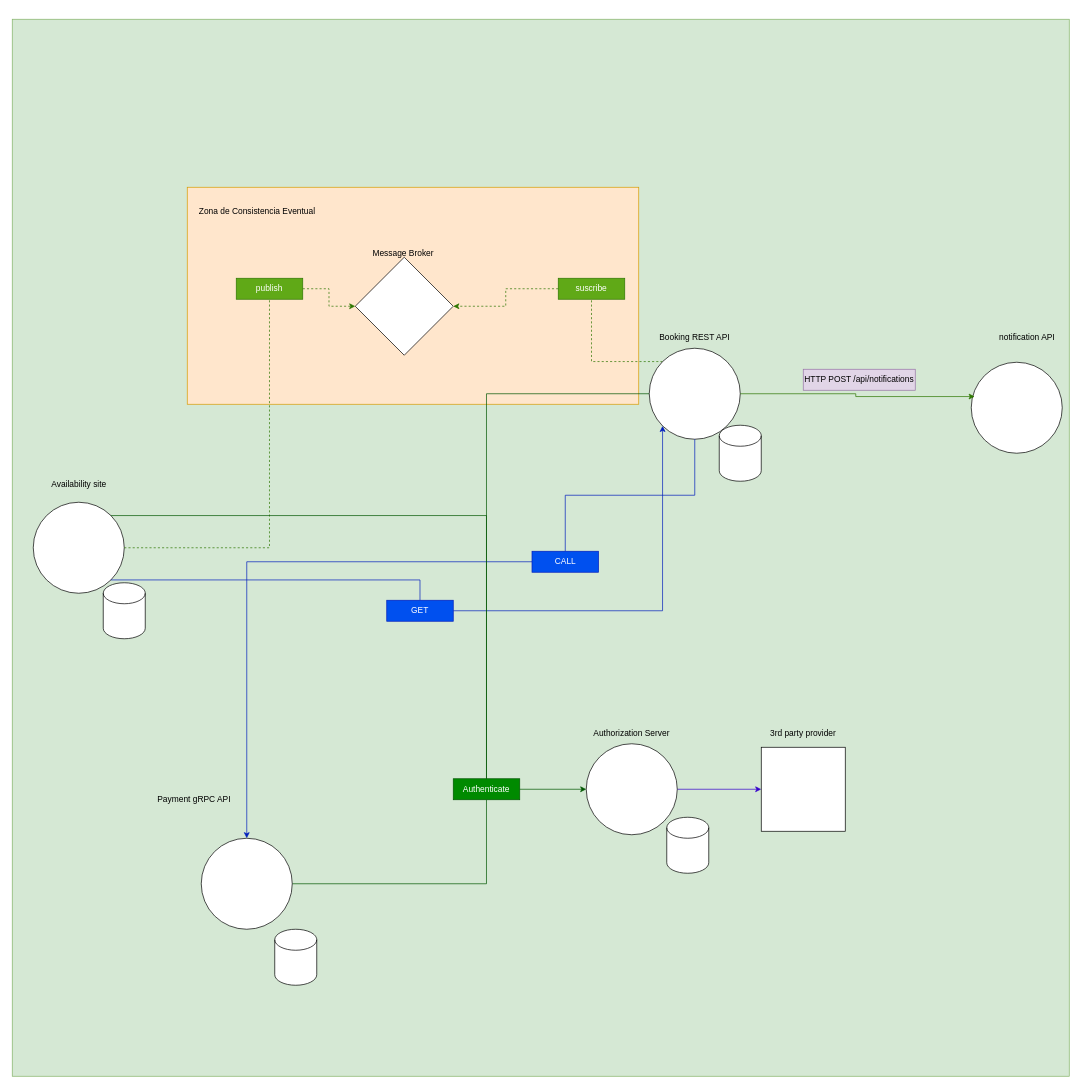
luc98/Programacion-IV-grupo-6 keeps this draw.io diagram as diagrama-clases.drawio. Above is the earlier version. Source tidied: cells renumbered, new cells numbered last; positions are measured from the earlier drawing's top-left corner, leaving out a move shared by most shapes. Both pictures are drawn from the tidied source at 70%, with x=0, y=0 at pixel (12, 19).
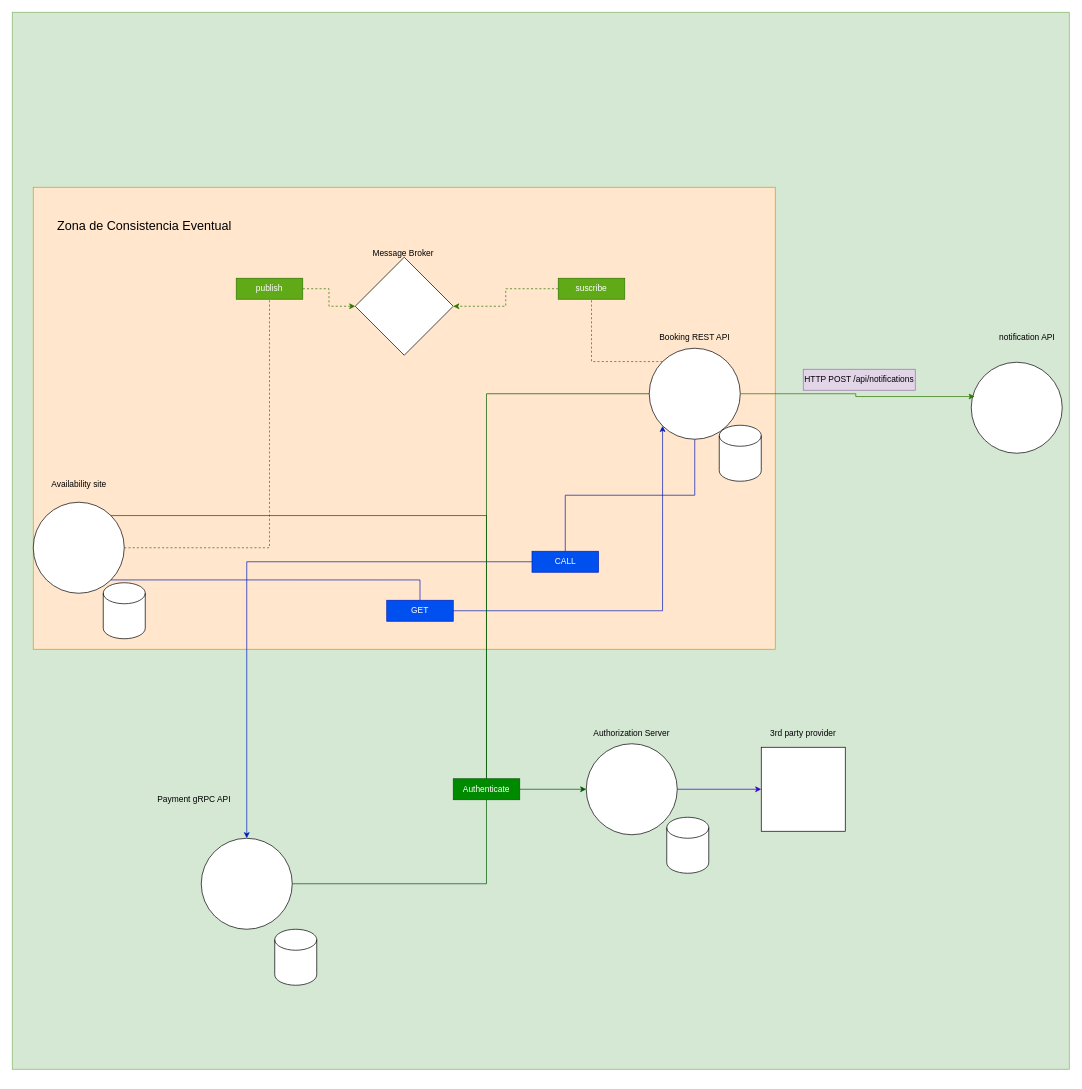
The same diagram, later.

The edit, as a diff of the source:
```diff
@@
     <mxCell id="2" style="whiteSpace=wrap;html=1;fillColor=#d5e8d4;strokeColor=#82b366;" parent="1" vertex="1">
-      <mxGeometry width="1510" height="1510" as="geometry" />
+      <mxGeometry y="-10" width="1510" height="1510" as="geometry" />
     </mxCell>
     <mxCell id="3" style="rounded=0;whiteSpace=wrap;html=1;fillColor=#ffe6cc;strokeColor=#d79b00;" parent="1" vertex="1">
-      <mxGeometry x="250" y="240" width="645" height="310" as="geometry" />
+      <mxGeometry x="30" y="240" width="1060" height="660" as="geometry" />
     </mxCell>
@@
-    <mxCell id="42" value="Zona de Consistencia Eventual" style="text;html=1;whiteSpace=wrap;strokeColor=none;fillColor=none;align=center;verticalAlign=middle;rounded=0;" parent="1" vertex="1">
-      <mxGeometry x="260" y="260" width="180" height="30" as="geometry" />
+    <mxCell id="42" value="&lt;font style=&quot;font-size: 18px;&quot;&gt;Zona de Consistencia Eventual&lt;/font&gt;" style="text;html=1;whiteSpace=wrap;strokeColor=none;fillColor=none;align=center;verticalAlign=middle;rounded=0;" parent="1" vertex="1">
+      <mxGeometry x="40" y="250" width="297.5" height="90" as="geometry" />
     </mxCell>
```
